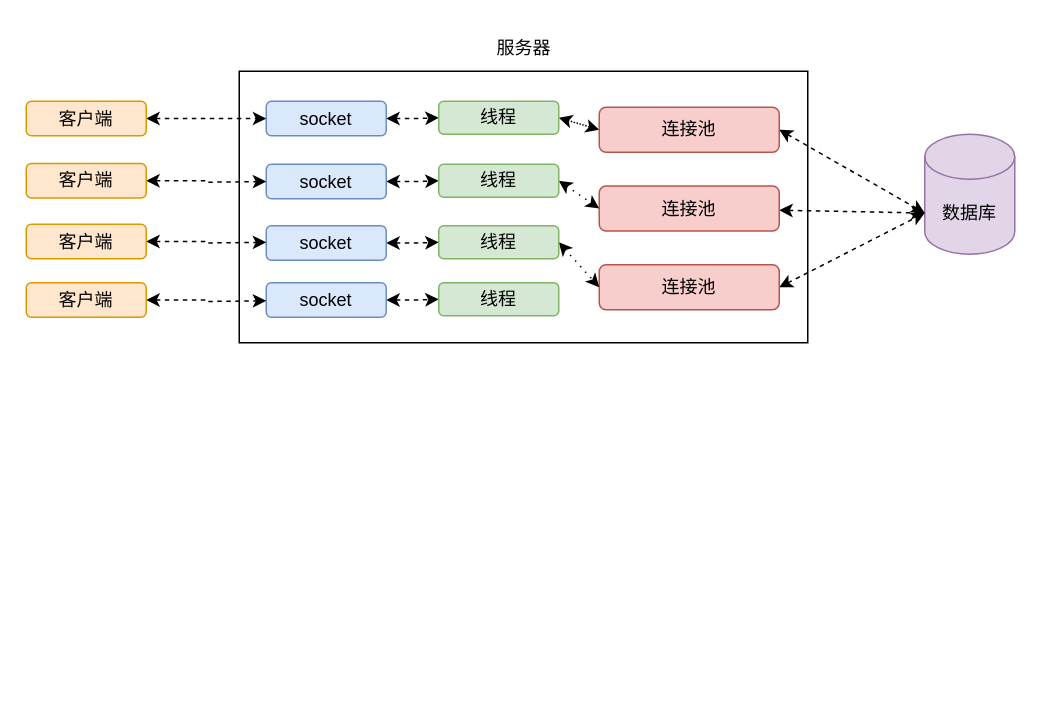
Earlier version of the draw.io diagram page "技术派" (14 of 15) of Untitled Diagram.drawio (itwanger/drwa.io). Source tidied: cells renumbered, new cells numbered last; positions are measured from the earlier drawing's top-left corner, leaving out a move shared by most shapes. Both pictures are drawn from the tidied source at 150%, with x=0, y=0 at pixel (26, 26).
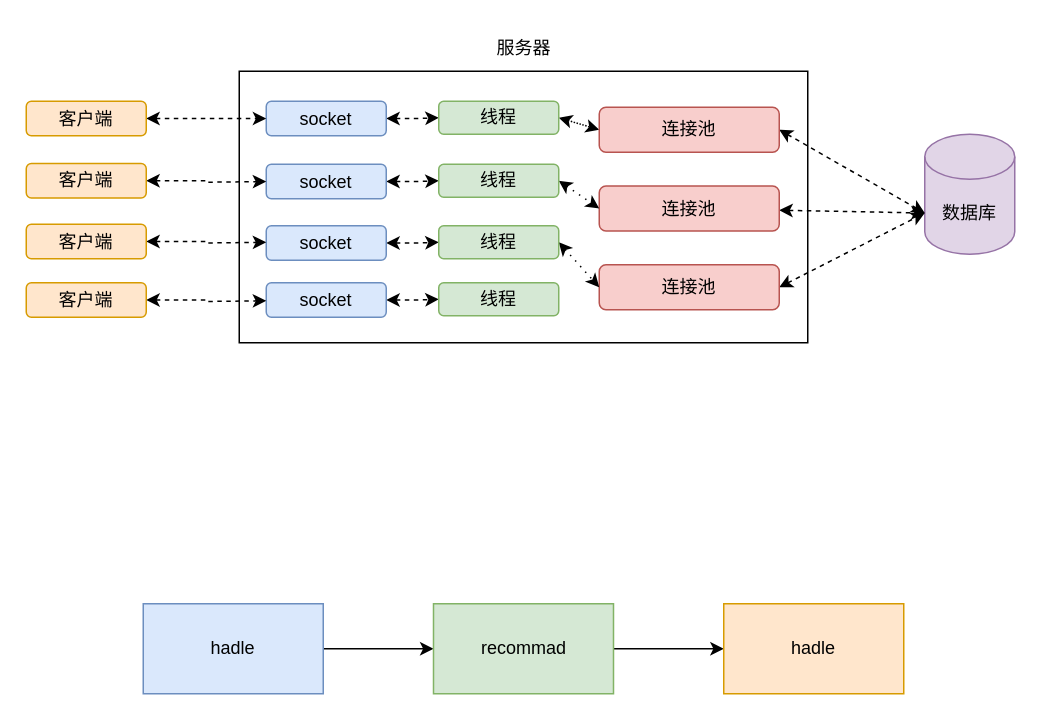
Above is the later version.

Change to the diagram source:
```diff
@@
+    <mxCell id="35" style="edgeStyle=orthogonalEdgeStyle;rounded=0;jettySize=auto;html=1;" parent="1" edge="1" source="36" target="38">
+      <mxGeometry relative="1" as="geometry" />
+    </mxCell>
+    <mxCell id="36" value="hadle" style="rounded=0;whiteSpace=wrap;html=1;fillColor=#dae8fc;strokeColor=#6c8ebf;" parent="1" vertex="1">
+      <mxGeometry x="78" y="385" width="120" height="60" as="geometry" />
+    </mxCell>
+    <mxCell id="37" style="edgeStyle=orthogonalEdgeStyle;rounded=0;jettySize=auto;html=1;exitX=1;exitY=0.5;exitDx=0;exitDy=0;" parent="1" edge="1" source="38" target="39">
+      <mxGeometry relative="1" as="geometry" />
+    </mxCell>
+    <mxCell id="38" value="recommad" style="rounded=0;whiteSpace=wrap;html=1;fillColor=#d5e8d4;strokeColor=#82b366;" parent="1" vertex="1">
+      <mxGeometry x="271.5" y="385" width="120" height="60" as="geometry" />
+    </mxCell>
+    <mxCell id="39" value="hadle" style="rounded=0;whiteSpace=wrap;html=1;fillColor=#ffe6cc;strokeColor=#d79b00;" parent="1" vertex="1">
+      <mxGeometry x="465" y="385" width="120" height="60" as="geometry" />
+    </mxCell>
```
